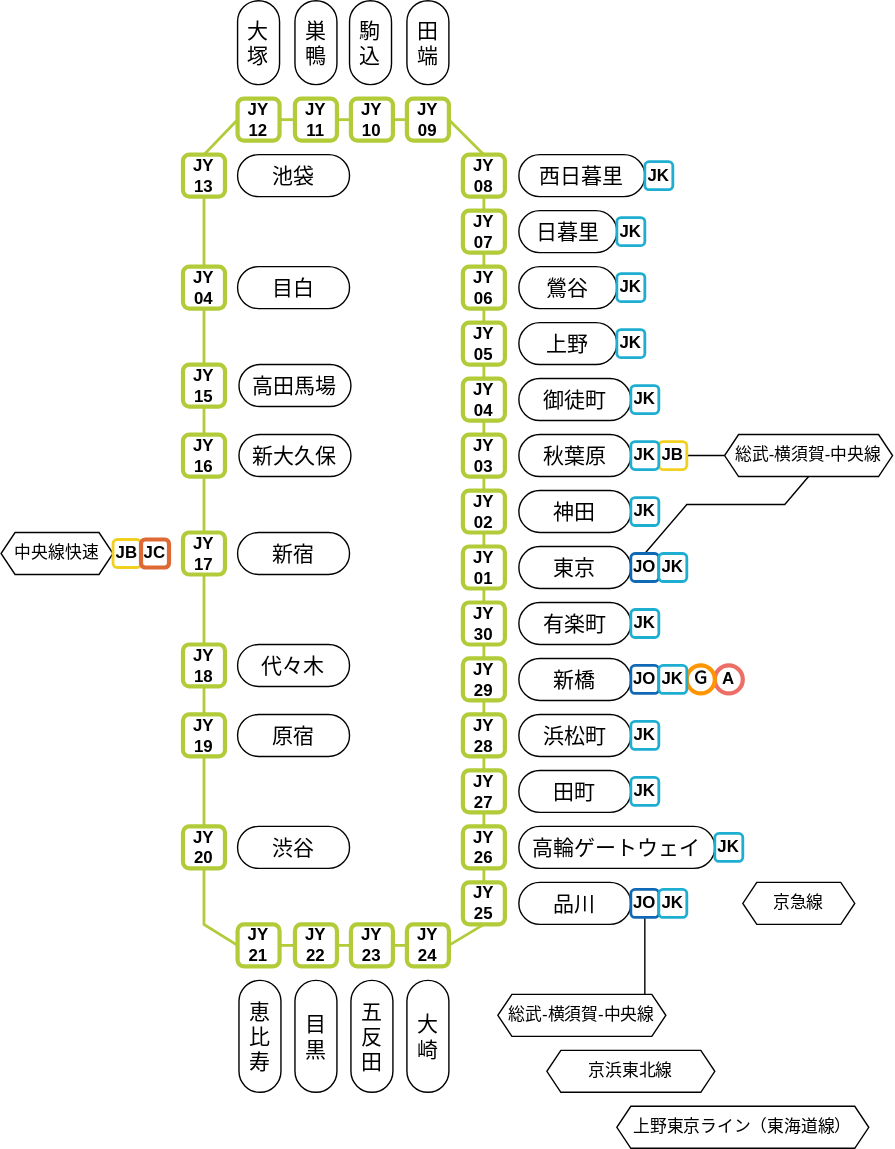
This is svg/yamanote.svg from lyw6024/lyw6024.github.io, a draw.io export, as it was before one commit. Source tidied: cells renumbered, new cells last; positions are measured from the earlier drawing's top-left corner, leaving out a move shared by most shapes.
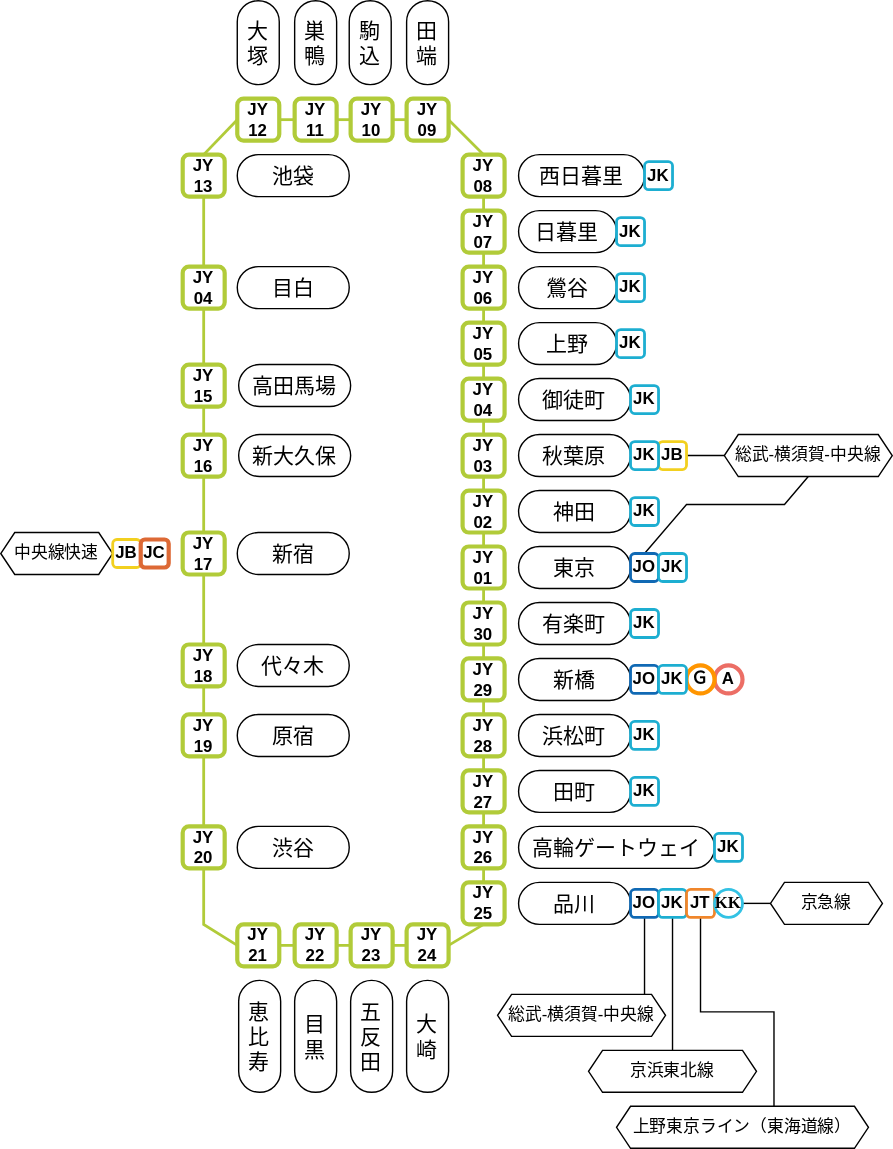
After the commit.

Diff of the diagram source:
```diff
@@ -311,6 +311,9 @@
     <mxCell id="100" value="&lt;b&gt;JO&lt;/b&gt;" style="rounded=1;whiteSpace=wrap;html=1;strokeWidth=2;strokeColor=#1069B4;" parent="1" vertex="1">
       <mxGeometry x="580" y="635" width="20" height="20" as="geometry" />
     </mxCell>
+    <mxCell id="126" style="edgeStyle=orthogonalEdgeStyle;rounded=0;jettySize=auto;html=1;exitX=0.5;exitY=1;exitDx=0;exitDy=0;entryX=0.5;entryY=0;entryDx=0;entryDy=0;endArrow=none;endFill=0;" parent="1" edge="1" source="101" target="120">
+      <mxGeometry relative="1" as="geometry" />
+    </mxCell>
     <mxCell id="101" value="&lt;b&gt;JK&lt;/b&gt;" style="rounded=1;whiteSpace=wrap;html=1;strokeWidth=2;strokeColor=#1DAED1;" parent="1" vertex="1">
       <mxGeometry x="600" y="635" width="20" height="20" as="geometry" />
     </mxCell>
@@ -374,13 +377,13 @@
       <mxGeometry x="485" y="710" width="120" height="30" as="geometry" />
     </mxCell>
     <mxCell id="120" value="京浜東北線" style="shape=hexagon;perimeter=hexagonPerimeter2;whiteSpace=wrap;html=1;fixedSize=1;size=10;" parent="1" vertex="1">
-      <mxGeometry x="520" y="750" width="120" height="30" as="geometry" />
+      <mxGeometry x="550" y="750" width="120" height="30" as="geometry" />
     </mxCell>
     <mxCell id="121" value="上野東京ライン（東海道線）" style="shape=hexagon;perimeter=hexagonPerimeter2;whiteSpace=wrap;html=1;fixedSize=1;size=10;" parent="1" vertex="1">
       <mxGeometry x="570" y="790" width="180" height="30" as="geometry" />
     </mxCell>
     <mxCell id="122" value="京急線" style="shape=hexagon;perimeter=hexagonPerimeter2;whiteSpace=wrap;html=1;fixedSize=1;size=10;" parent="1" vertex="1">
-      <mxGeometry x="660" y="630" width="80" height="30" as="geometry" />
+      <mxGeometry x="680" y="630" width="80" height="30" as="geometry" />
     </mxCell>
     <mxCell id="123" value="中央線快速" style="shape=hexagon;perimeter=hexagonPerimeter2;whiteSpace=wrap;html=1;fixedSize=1;size=10;" parent="1" vertex="1">
       <mxGeometry x="130" y="380" width="80" height="30" as="geometry" />
@@ -391,5 +394,17 @@
     <mxCell id="125" value="&lt;b&gt;JC&lt;/b&gt;" style="rounded=1;whiteSpace=wrap;html=1;strokeWidth=3;strokeColor=#DD6935;" parent="1" vertex="1">
       <mxGeometry x="230" y="385" width="20" height="20" as="geometry" />
     </mxCell>
+    <mxCell id="127" style="edgeStyle=orthogonalEdgeStyle;rounded=0;jettySize=auto;html=1;exitX=0.5;exitY=1;exitDx=0;exitDy=0;entryX=0.625;entryY=0;entryDx=0;entryDy=0;endArrow=none;endFill=0;" parent="1" edge="1" source="128" target="121">
+      <mxGeometry relative="1" as="geometry" />
+    </mxCell>
+    <mxCell id="128" value="&lt;b&gt;JT&lt;/b&gt;" style="rounded=1;whiteSpace=wrap;html=1;strokeWidth=2;strokeColor=#F0862B;" parent="1" vertex="1">
+      <mxGeometry x="620" y="635" width="20" height="20" as="geometry" />
+    </mxCell>
+    <mxCell id="129" style="edgeStyle=orthogonalEdgeStyle;rounded=0;jettySize=auto;html=1;exitX=1;exitY=0.5;exitDx=0;exitDy=0;entryX=0;entryY=0.5;entryDx=0;entryDy=0;endArrow=none;endFill=0;" parent="1" edge="1" source="130" target="122">
+      <mxGeometry relative="1" as="geometry" />
+    </mxCell>
+    <mxCell id="130" value="KK" style="ellipse;whiteSpace=wrap;html=1;strokeWidth=2;strokeColor=#33C2E4;fontStyle=1;fontFamily=Lucida Console;" parent="1" vertex="1">
+      <mxGeometry x="640" y="635" width="20" height="20" as="geometry" />
+    </mxCell>
   </root>
 </mxGraphModel>
```
